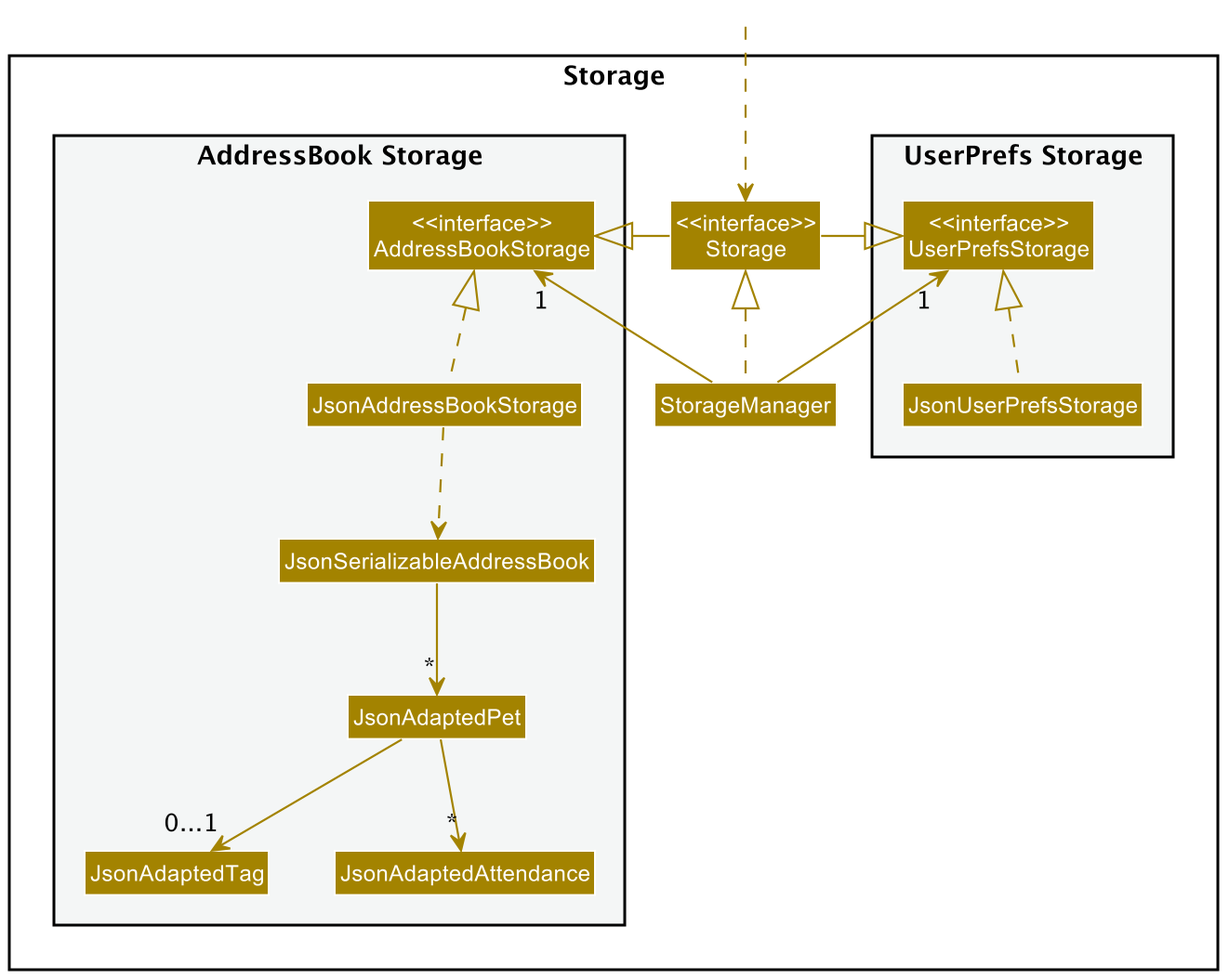
nus-cs2103-AY2122S2/tp keeps this PlantUML diagram as docs/images/StorageClassDiagram.png. Above is the earlier version. Its source is kept beside it as docs/diagrams/StorageClassDiagram.puml.
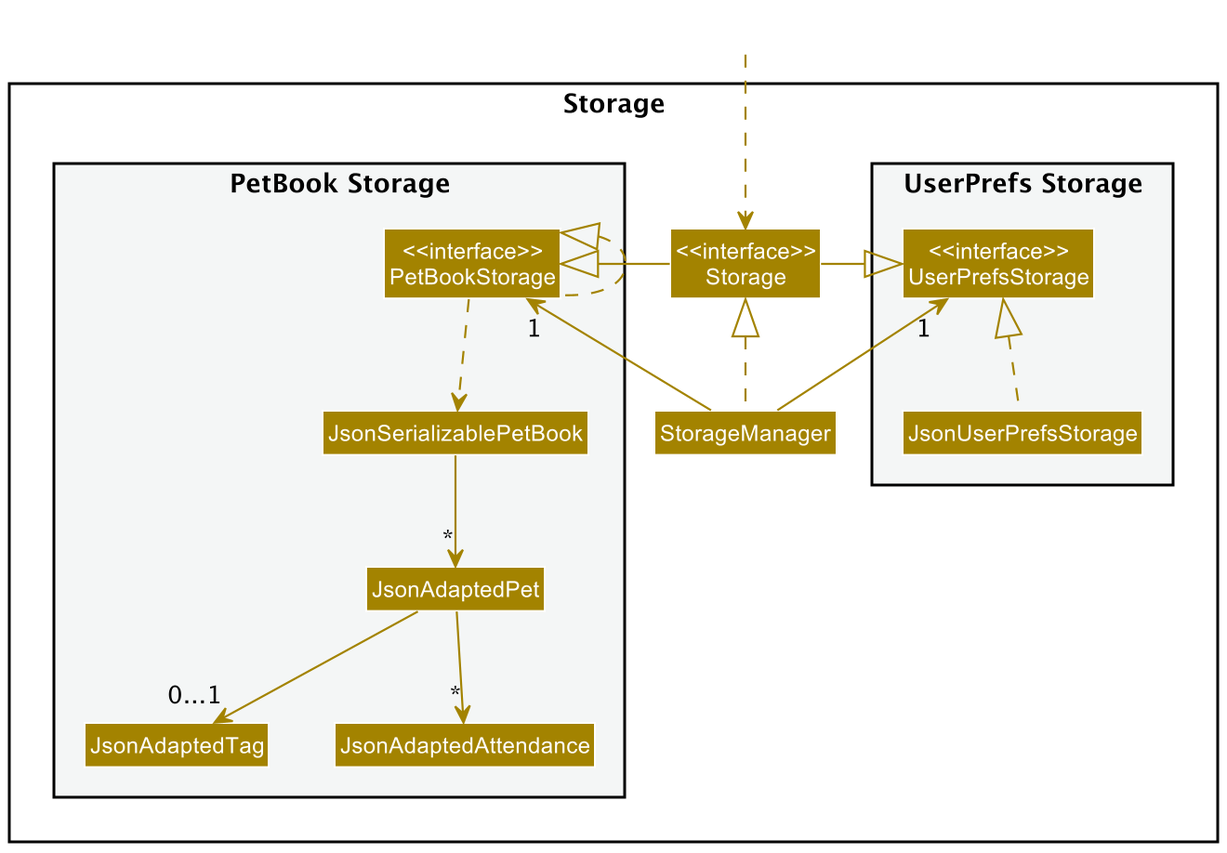
Later version of the same file.

What changed in the source:
```diff
@@ -14,10 +14,10 @@
 Class "<<interface>>\nStorage" as Storage
 Class StorageManager
 
-package "AddressBook Storage" #F4F6F6{
-Class "<<interface>>\nAddressBookStorage" as AddressBookStorage
-Class JsonAddressBookStorage
-Class JsonSerializableAddressBook
+package "PetBook Storage" #F4F6F6{
+Class "<<interface>>\nPetBookStorage" as PetBookStorage
+Class PetBookStorage
+Class JsonSerializablePetBook
 Class JsonAdaptedPet
 Class JsonAdaptedTag
 Class JsonAdaptedAttendance
@@ -30,15 +30,15 @@
 
 StorageManager .up.|> Storage
 StorageManager -up-> "1" UserPrefsStorage
-StorageManager -up-> "1" AddressBookStorage
+StorageManager -up-> "1" PetBookStorage
 
 Storage -left-|> UserPrefsStorage
-Storage -right-|> AddressBookStorage
+Storage -right-|> PetBookStorage
 
 JsonUserPrefsStorage .up.|> UserPrefsStorage
-JsonAddressBookStorage .up.|> AddressBookStorage
-JsonAddressBookStorage ..> JsonSerializableAddressBook
-JsonSerializableAddressBook --> "*" JsonAdaptedPet
+PetBookStorage .up.|> PetBookStorage
+PetBookStorage ..> JsonSerializablePetBook
+JsonSerializablePetBook --> "*" JsonAdaptedPet
 JsonAdaptedPet --> "0...1" JsonAdaptedTag
 JsonAdaptedPet --> "*" JsonAdaptedAttendance
 
```
